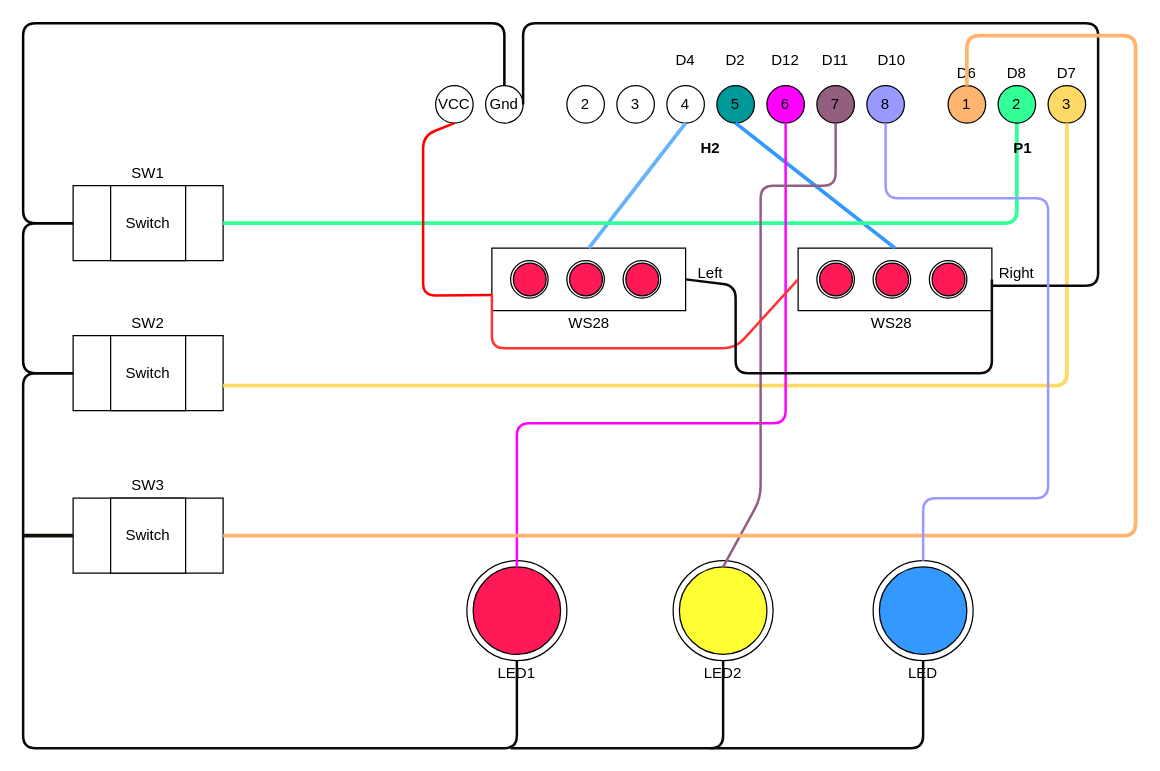
The draw.io diagram WS28LedProjects/Diagrams/Nano_PCB_Glasses/TestBed.drawio in johnosbb/Automation, before the edit. Source tidied: cells renumbered, new cells numbered last; positions are measured from the earlier drawing's top-left corner, leaving out a move shared by most shapes. Both pictures are drawn from the tidied source at 125%, with x=0, y=0 at pixel (22, 22).
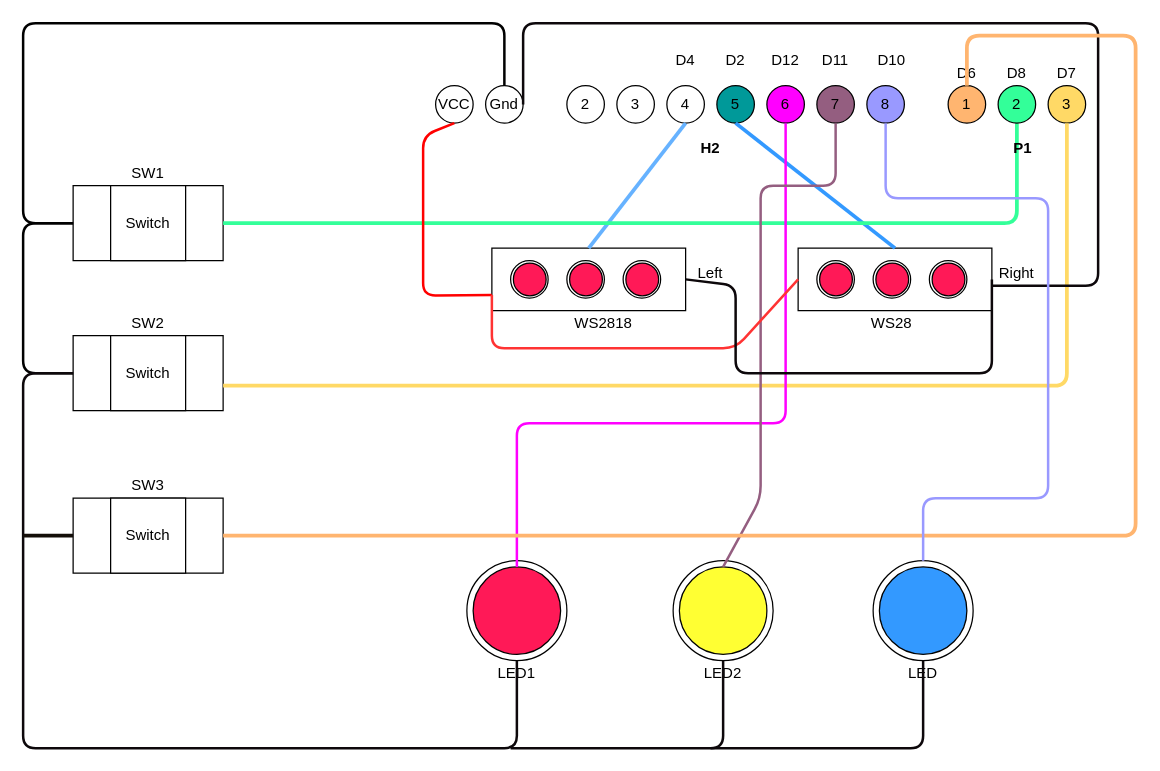
The same diagram, later.

Unchanged cells that the change refers to:
```xml
<mxCell id="12" style="group;" parent="1" vertex="1">
  <mxGeometry x="375" y="180" width="155" height="70" as="geometry" />
</mxCell>
```

Diff of the diagram source:
```diff
@@
-    <mxCell id="23" value="WS28" style="text;html=1;strokeColor=none;fillColor=none;align=center;verticalAlign=middle;whiteSpace=wrap;rounded=0;hachureGap=4;" parent="12" vertex="1">
-      <mxGeometry x="57.5" y="50" width="40" height="20" as="geometry" />
+    <mxCell id="23" value="WS2818" style="text;html=1;strokeColor=none;fillColor=none;align=center;verticalAlign=middle;whiteSpace=wrap;rounded=0;hachureGap=4;" parent="12" vertex="1">
+      <mxGeometry x="57.5" y="50" width="62.5" height="20" as="geometry" />
     </mxCell>
```
